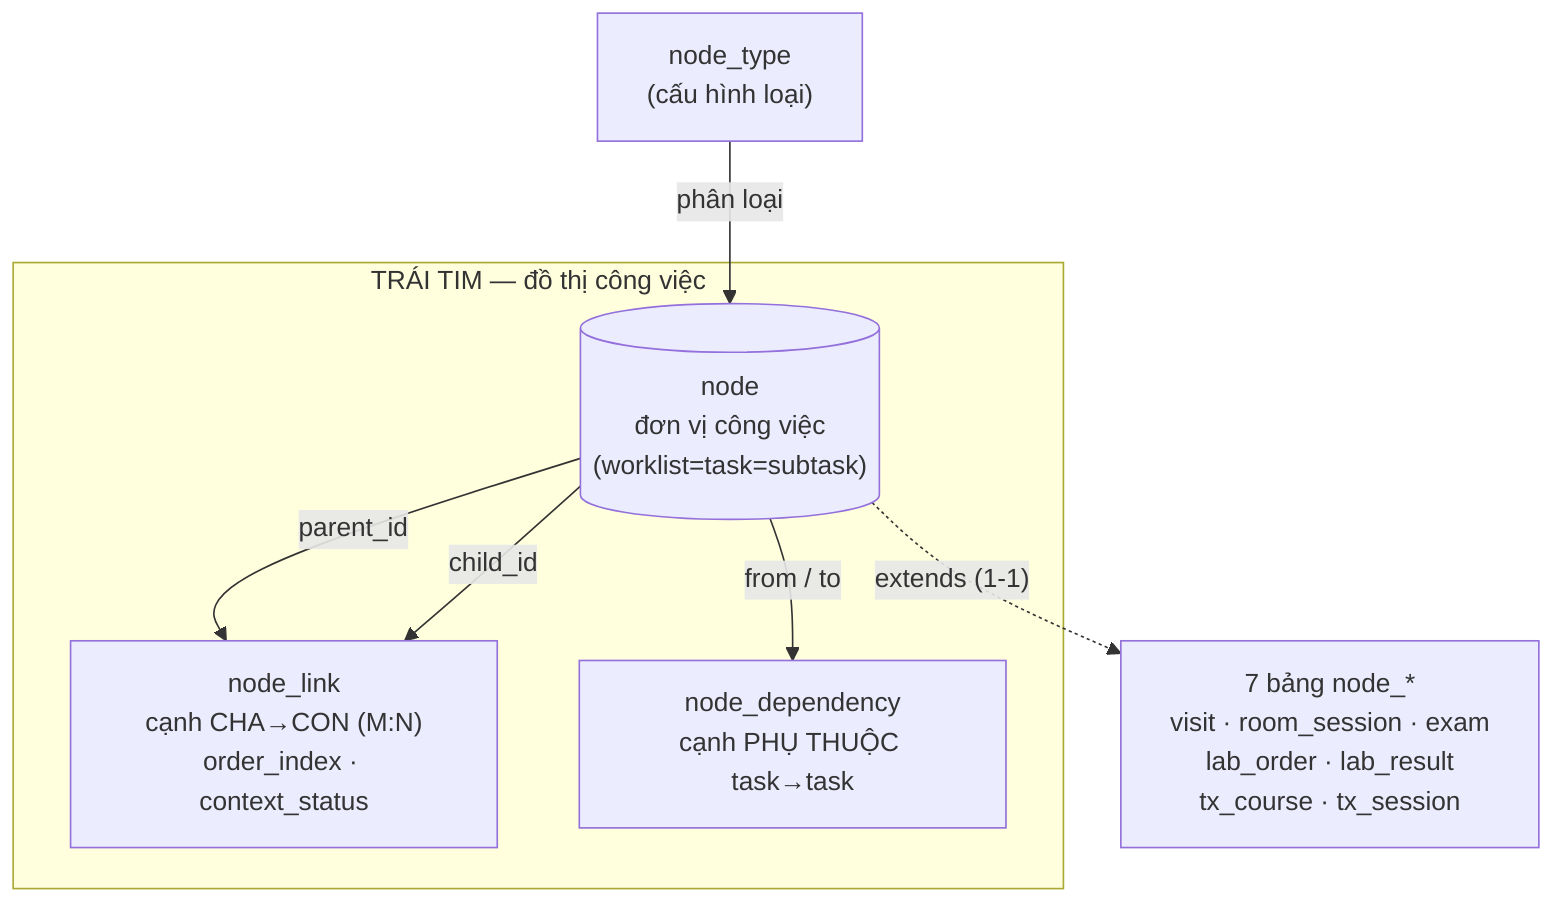
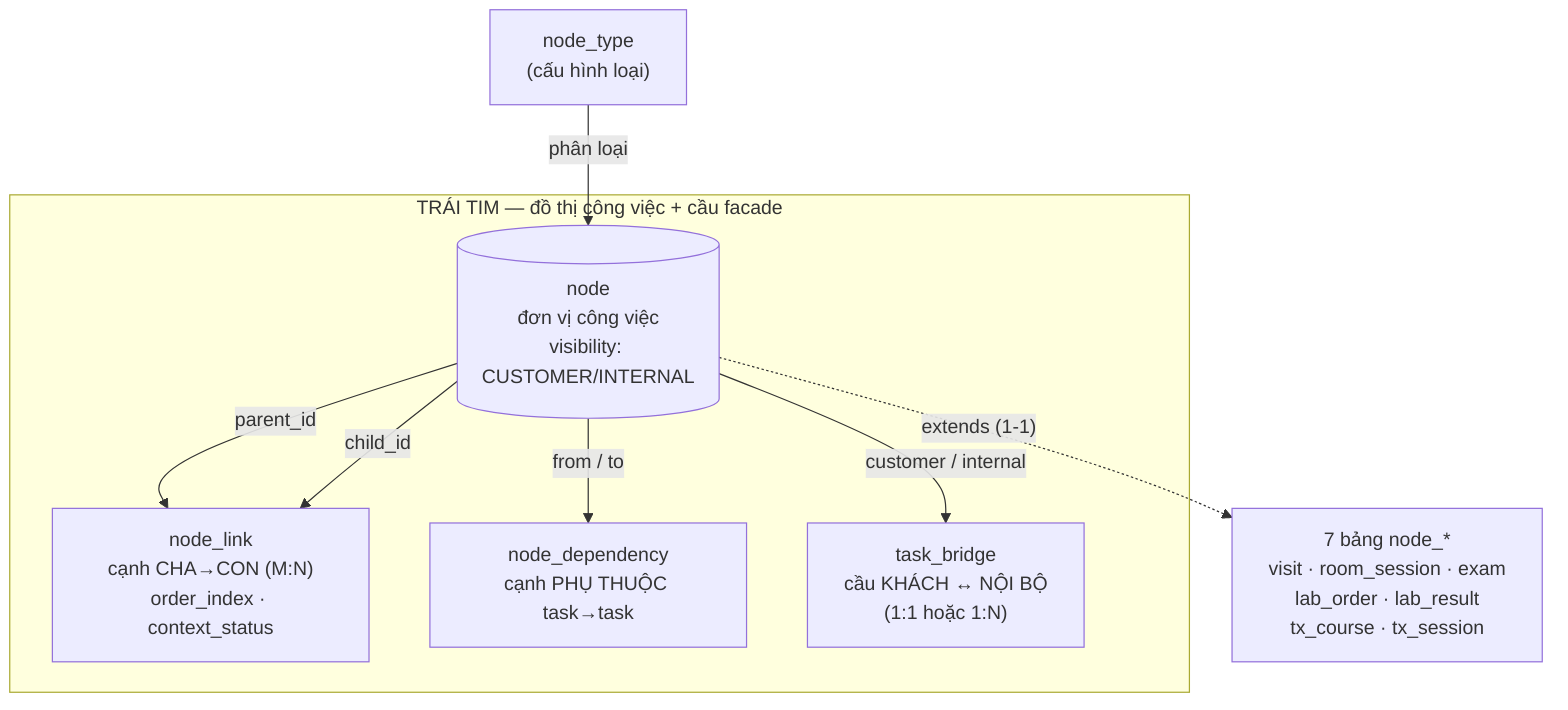
flowchart TD
    NT["node_type<br/>(cấu hình loại)"] -->|phân loại| N
-     subgraph core["TRÁI TIM — đồ thị công việc"]
-         N[("node<br/>đơn vị công việc<br/>(worklist=task=subtask)")]
+     subgraph core["TRÁI TIM — đồ thị công việc + cầu facade"]
+         N[("node<br/>đơn vị công việc<br/>visibility: CUSTOMER/INTERNAL")]
        L["node_link<br/>cạnh CHA→CON (M:N)<br/>order_index · context_status"]
        D["node_dependency<br/>cạnh PHỤ THUỘC task→task"]
+         BR["task_bridge<br/>cầu KHÁCH ↔ NỘI BỘ<br/>(1:1 hoặc 1:N)"]
    end
    N -->|parent_id| L
    N -->|child_id| L
    N -->|from / to| D
+     N -->|customer / internal| BR
    N -.->|"extends (1-1)"| EXT["7 bảng node_*<br/>visit · room_session · exam<br/>lab_order · lab_result<br/>tx_course · tx_session"]
